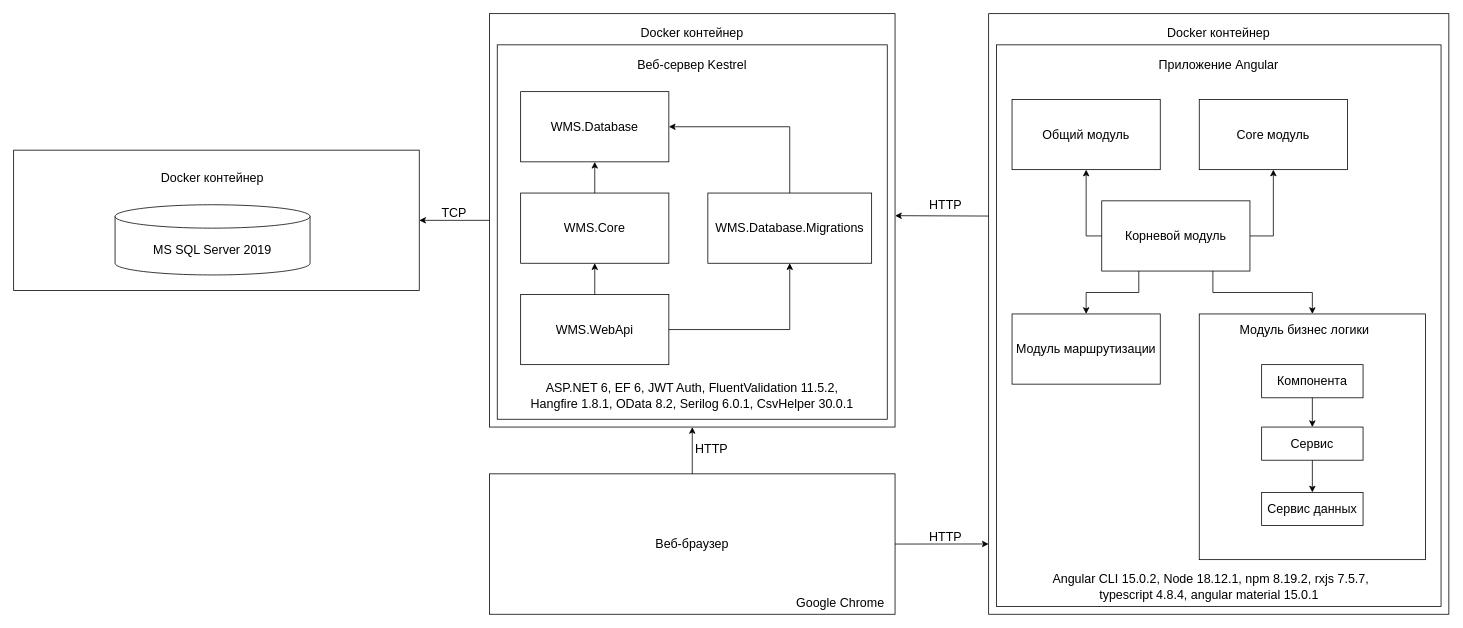
This is Documentation/Diagrams/app-architecture-diagram.drawio from v-demyanov/WMS, a draw.io file, before an edit. Source tidied: cells renumbered, new cells numbered last; positions are measured from the earlier drawing's top-left corner, leaving out a move shared by most shapes. Both pictures are drawn from the tidied source at 78%, with x=0, y=0 at pixel (13, 13).
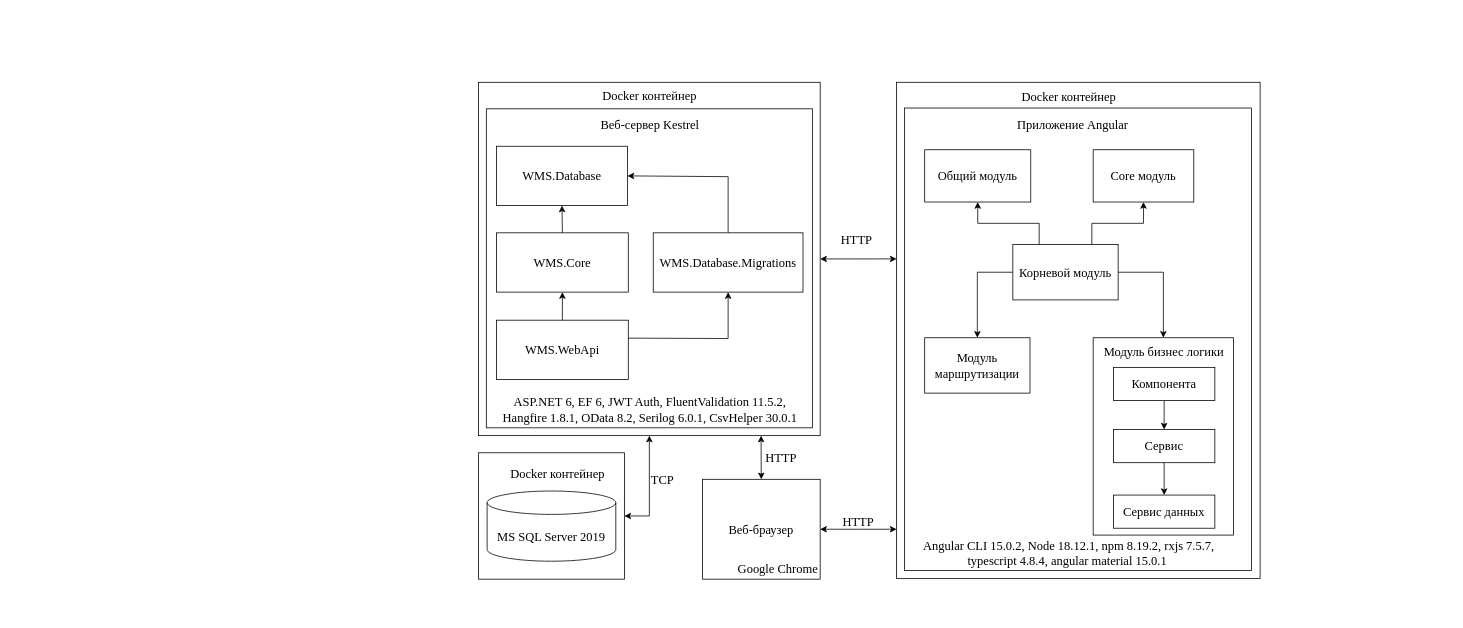
After the change.

The edit, as a diff of the source:
```diff
@@
     <mxCell id="2" style="rounded=0;whiteSpace=wrap;html=1;" parent="1" vertex="1">
-      <mxGeometry y="175" width="520" height="180" as="geometry" />
+      <mxGeometry x="596" y="563" width="187" height="162" as="geometry" />
     </mxCell>
     <mxCell id="3" style="rounded=0;whiteSpace=wrap;html=1;" parent="1" vertex="1">
-      <mxGeometry x="610" width="520" height="530" as="geometry" />
+      <mxGeometry x="596" y="88" width="438" height="453" as="geometry" />
     </mxCell>
     <mxCell id="4" style="rounded=0;whiteSpace=wrap;html=1;" parent="1" vertex="1">
-      <mxGeometry x="620" y="40" width="500" height="480" as="geometry" />
+      <mxGeometry x="606" y="122" width="418" height="409" as="geometry" />
     </mxCell>
-    <mxCell id="5" value="&lt;font style=&quot;font-size: 16px;&quot;&gt;WMS.Database&lt;/font&gt;" style="rounded=0;whiteSpace=wrap;html=1;" parent="1" vertex="1">
-      <mxGeometry x="650" y="100" width="190" height="90" as="geometry" />
-    </mxCell>
-    <mxCell id="6" value="&lt;font style=&quot;font-size: 16px;&quot;&gt;WMS.Core&lt;/font&gt;" style="rounded=0;whiteSpace=wrap;html=1;" parent="1" vertex="1">
-      <mxGeometry x="650" y="230" width="190" height="90" as="geometry" />
-    </mxCell>
-    <mxCell id="7" value="&lt;font style=&quot;font-size: 16px;&quot;&gt;WMS.WebApi&lt;/font&gt;" style="rounded=0;whiteSpace=wrap;html=1;" parent="1" vertex="1">
-      <mxGeometry x="650" y="360" width="190" height="90" as="geometry" />
-    </mxCell>
-    <mxCell id="8" value="&lt;font style=&quot;font-size: 16px;&quot;&gt;MS SQL Server 2019&lt;/font&gt;" style="shape=cylinder3;whiteSpace=wrap;html=1;boundedLbl=1;backgroundOutline=1;size=15;" parent="1" vertex="1">
-      <mxGeometry x="130" y="245" width="250" height="90" as="geometry" />
+    <mxCell id="8" value="&lt;font face=&quot;Times New Roman&quot; style=&quot;font-size: 16px;&quot;&gt;MS SQL Server 2019&lt;/font&gt;" style="shape=cylinder3;whiteSpace=wrap;html=1;boundedLbl=1;backgroundOutline=1;size=15;" parent="1" vertex="1">
+      <mxGeometry x="607" y="612" width="165" height="90" as="geometry" />
     </mxCell>
-    <mxCell id="9" value="&lt;font style=&quot;font-size: 16px;&quot;&gt;WMS.Database.Migrations&lt;/font&gt;" style="rounded=0;whiteSpace=wrap;html=1;" parent="1" vertex="1">
-      <mxGeometry x="890" y="230" width="210" height="90" as="geometry" />
-    </mxCell>
-    <mxCell id="10" style="endArrow=classic;html=1;rounded=0;entryX=0.5;entryY=1;entryDx=0;entryDy=0;exitX=0.5;exitY=0;exitDx=0;exitDy=0;" parent="1" edge="1" source="6" target="5">
-      <mxGeometry relative="1" as="geometry" />
-    </mxCell>
@@
-    <mxCell id="12" style="endArrow=classic;html=1;rounded=0;entryX=0.5;entryY=1;entryDx=0;entryDy=0;exitX=1;exitY=0.5;exitDx=0;exitDy=0;edgeStyle=orthogonalEdgeStyle;" parent="1" edge="1" source="7" target="9">
-      <mxGeometry relative="1" as="geometry" />
+    <mxCell id="12" style="endArrow=classic;html=1;rounded=0;exitX=1;exitY=0.5;exitDx=0;exitDy=0;edgeStyle=orthogonalEdgeStyle;entryX=0.5;entryY=1;entryDx=0;entryDy=0;" parent="1" edge="1" target="9">
+      <mxGeometry relative="1" as="geometry">
+        <mxPoint x="786" y="416" as="sourcePoint" />
+      </mxGeometry>
     </mxCell>
     <mxCell id="13" style="endArrow=classic;html=1;rounded=0;entryX=1;entryY=0.5;entryDx=0;entryDy=0;exitX=0.5;exitY=0;exitDx=0;exitDy=0;edgeStyle=orthogonalEdgeStyle;" parent="1" edge="1" source="9" target="5">
-      <mxGeometry relative="1" as="geometry" />
+      <mxGeometry relative="1" as="geometry">
+        <Array as="points">
+          <mxPoint x="916" y="209" />
+          <mxPoint x="787" y="209" />
+        </Array>
+      </mxGeometry>
     </mxCell>
-    <mxCell id="14" value="&lt;font style=&quot;font-size: 16px;&quot;&gt;Веб-сервер Kestrel&lt;/font&gt;" style="text;html=1;strokeColor=none;fillColor=none;align=center;verticalAlign=middle;whiteSpace=wrap;rounded=0;" parent="1" vertex="1">
-      <mxGeometry x="775" y="50" width="190" height="30" as="geometry" />
+    <mxCell id="14" value="&lt;font style=&quot;font-size: 16px;&quot;&gt;Веб-сервер Kestrel&lt;/font&gt;" style="text;html=1;strokeColor=none;fillColor=none;align=center;verticalAlign=middle;whiteSpace=wrap;rounded=0;fontFamily=Times New Roman;fontSize=16;" parent="1" vertex="1">
+      <mxGeometry x="721" y="128" width="190" height="30" as="geometry" />
     </mxCell>
-    <mxCell id="15" value="&lt;span style=&quot;font-size: 16px;&quot;&gt;ASP.NET 6, EF 6, JWT Auth, FluentValidation 11.5.2, &lt;br&gt;Hangfire 1.8.1, OData 8.2, Serilog 6.0.1, CsvHelper 30.0.1&lt;/span&gt;" style="text;html=1;strokeColor=none;fillColor=none;align=center;verticalAlign=middle;whiteSpace=wrap;rounded=0;" parent="1" vertex="1">
-      <mxGeometry x="625" y="475" width="490" height="30" as="geometry" />
+    <mxCell id="15" value="&lt;span style=&quot;font-size: 16px;&quot;&gt;&lt;font style=&quot;font-size: 16px;&quot;&gt;ASP.NET 6, EF 6, JWT Auth, FluentValidation 11.5.2, &lt;br style=&quot;font-size: 16px;&quot;&gt;Hangfire 1.8.1, OData 8.2, Serilog 6.0.1, CsvHelper 30.0.1&lt;/font&gt;&lt;/span&gt;" style="text;html=1;strokeColor=none;fillColor=none;align=center;verticalAlign=middle;whiteSpace=wrap;rounded=0;fontFamily=Times New Roman;fontSize=16;" parent="1" vertex="1">
+      <mxGeometry x="616" y="493" width="400" height="30" as="geometry" />
     </mxCell>
-    <mxCell id="16" value="&lt;font style=&quot;font-size: 16px;&quot;&gt;Docker контейнер&lt;/font&gt;" style="text;html=1;strokeColor=none;fillColor=none;align=center;verticalAlign=middle;whiteSpace=wrap;rounded=0;" parent="1" vertex="1">
-      <mxGeometry x="775" y="10" width="190" height="30" as="geometry" />
+    <mxCell id="16" value="&lt;font style=&quot;font-size: 16px;&quot;&gt;Docker контейнер&lt;/font&gt;" style="text;html=1;strokeColor=none;fillColor=none;align=center;verticalAlign=middle;whiteSpace=wrap;rounded=0;fontFamily=Times New Roman;fontSize=16;" parent="1" vertex="1">
+      <mxGeometry x="748.5" y="91" width="133" height="28" as="geometry" />
     </mxCell>
-    <mxCell id="17" value="&lt;font style=&quot;font-size: 16px;&quot;&gt;Docker контейнер&lt;/font&gt;" style="text;html=1;strokeColor=none;fillColor=none;align=center;verticalAlign=middle;whiteSpace=wrap;rounded=0;" parent="1" vertex="1">
-      <mxGeometry x="160" y="195" width="190" height="30" as="geometry" />
+    <mxCell id="17" value="&lt;font style=&quot;font-size: 16px;&quot;&gt;Docker контейнер&lt;/font&gt;" style="text;html=1;strokeColor=none;fillColor=none;align=center;verticalAlign=middle;whiteSpace=wrap;rounded=0;fontFamily=Times New Roman;fontSize=16;" parent="1" vertex="1">
+      <mxGeometry x="628" y="575" width="138.5" height="30" as="geometry" />
     </mxCell>
-    <mxCell id="18" style="endArrow=classic;html=1;rounded=0;entryX=1;entryY=0.5;entryDx=0;entryDy=0;exitX=0;exitY=0.5;exitDx=0;exitDy=0;" parent="1" edge="1" source="3" target="2">
-      <mxGeometry relative="1" as="geometry" />
-    </mxCell>
-    <mxCell id="19" value="&lt;font style=&quot;font-size: 16px;&quot;&gt;TCP&lt;/font&gt;" style="text;html=1;strokeColor=none;fillColor=none;align=center;verticalAlign=middle;whiteSpace=wrap;rounded=0;" parent="1" vertex="1">
-      <mxGeometry x="530" y="240" width="70" height="30" as="geometry" />
+    <mxCell id="19" value="&lt;font style=&quot;font-size: 16px;&quot;&gt;TCP&lt;/font&gt;" style="text;html=1;strokeColor=none;fillColor=none;align=center;verticalAlign=middle;whiteSpace=wrap;rounded=0;fontFamily=Times New Roman;fontSize=16;" parent="1" vertex="1">
+      <mxGeometry x="810" y="582" width="44" height="30" as="geometry" />
     </mxCell>
     <mxCell id="20" style="rounded=0;whiteSpace=wrap;html=1;" parent="1" vertex="1">
-      <mxGeometry x="1250" width="590" height="770" as="geometry" />
+      <mxGeometry x="1132" y="88" width="466" height="636" as="geometry" />
     </mxCell>
-    <mxCell id="21" value="&lt;font style=&quot;font-size: 16px;&quot;&gt;Docker контейнер&lt;/font&gt;" style="text;html=1;strokeColor=none;fillColor=none;align=center;verticalAlign=middle;whiteSpace=wrap;rounded=0;" parent="1" vertex="1">
-      <mxGeometry x="1450" y="10" width="190" height="30" as="geometry" />
+    <mxCell id="21" value="&lt;font style=&quot;font-size: 16px;&quot;&gt;Docker контейнер&lt;/font&gt;" style="text;html=1;strokeColor=none;fillColor=none;align=center;verticalAlign=middle;whiteSpace=wrap;rounded=0;fontSize=16;fontFamily=Times New Roman;" parent="1" vertex="1">
+      <mxGeometry x="1258" y="91" width="190" height="30" as="geometry" />
     </mxCell>
     <mxCell id="22" style="rounded=0;whiteSpace=wrap;html=1;" parent="1" vertex="1">
-      <mxGeometry x="1260" y="40" width="570" height="720" as="geometry" />
+      <mxGeometry x="1142" y="121" width="445" height="593" as="geometry" />
     </mxCell>
-    <mxCell id="23" value="&lt;font style=&quot;font-size: 16px;&quot;&gt;Приложение Angular&lt;/font&gt;" style="text;html=1;strokeColor=none;fillColor=none;align=center;verticalAlign=middle;whiteSpace=wrap;rounded=0;" parent="1" vertex="1">
-      <mxGeometry x="1450" y="50" width="190" height="30" as="geometry" />
+    <mxCell id="23" value="&lt;font style=&quot;font-size: 16px;&quot;&gt;Приложение Angular&lt;/font&gt;" style="text;html=1;strokeColor=none;fillColor=none;align=center;verticalAlign=middle;whiteSpace=wrap;rounded=0;fontFamily=Times New Roman;fontSize=16;" parent="1" vertex="1">
+      <mxGeometry x="1263" y="127" width="190" height="30" as="geometry" />
     </mxCell>
-    <mxCell id="24" value="&lt;font style=&quot;font-size: 16px;&quot;&gt;Корневой модуль&lt;/font&gt;" style="rounded=0;whiteSpace=wrap;html=1;" parent="1" vertex="1">
-      <mxGeometry x="1395" y="240" width="190" height="90" as="geometry" />
-    </mxCell>
-    <mxCell id="25" value="&lt;span style=&quot;font-size: 16px;&quot;&gt;Core модуль&lt;/span&gt;" style="rounded=0;whiteSpace=wrap;html=1;" parent="1" vertex="1">
-      <mxGeometry x="1520" y="110" width="190" height="90" as="geometry" />
-    </mxCell>
-    <mxCell id="26" value="&lt;font style=&quot;font-size: 16px;&quot;&gt;Общий модуль&lt;/font&gt;" style="rounded=0;whiteSpace=wrap;html=1;" parent="1" vertex="1">
-      <mxGeometry x="1280" y="110" width="190" height="90" as="geometry" />
-    </mxCell>
-    <mxCell id="27" value="&lt;font style=&quot;font-size: 16px;&quot;&gt;Модуль маршрутизации&lt;/font&gt;" style="rounded=0;whiteSpace=wrap;html=1;" parent="1" vertex="1">
-      <mxGeometry x="1280" y="385" width="190" height="90" as="geometry" />
-    </mxCell>
     <mxCell id="28" style="rounded=0;whiteSpace=wrap;html=1;" parent="1" vertex="1">
-      <mxGeometry x="1520" y="385" width="290" height="315" as="geometry" />
+      <mxGeometry x="1384" y="415.5" width="180" height="253" as="geometry" />
     </mxCell>
-    <mxCell id="29" style="endArrow=classic;html=1;rounded=0;entryX=0.5;entryY=1;entryDx=0;entryDy=0;exitX=0;exitY=0.5;exitDx=0;exitDy=0;edgeStyle=orthogonalEdgeStyle;" parent="1" edge="1" source="24" target="26">
+    <mxCell id="29" style="endArrow=classic;html=1;rounded=0;entryX=0.5;entryY=1;entryDx=0;entryDy=0;exitX=0.25;exitY=0;exitDx=0;exitDy=0;edgeStyle=orthogonalEdgeStyle;" parent="1" edge="1" source="24" target="26">
       <mxGeometry relative="1" as="geometry" />
     </mxCell>
-    <mxCell id="30" style="endArrow=classic;html=1;rounded=0;entryX=0.5;entryY=1;entryDx=0;entryDy=0;exitX=1;exitY=0.5;exitDx=0;exitDy=0;edgeStyle=orthogonalEdgeStyle;" parent="1" edge="1" source="24" target="25">
+    <mxCell id="30" style="endArrow=classic;html=1;rounded=0;entryX=0.5;entryY=1;entryDx=0;entryDy=0;exitX=0.75;exitY=0;exitDx=0;exitDy=0;edgeStyle=orthogonalEdgeStyle;" parent="1" edge="1" source="24" target="25">
       <mxGeometry relative="1" as="geometry" />
     </mxCell>
-    <mxCell id="31" style="endArrow=classic;html=1;rounded=0;entryX=0.5;entryY=0;entryDx=0;entryDy=0;exitX=0.75;exitY=1;exitDx=0;exitDy=0;edgeStyle=orthogonalEdgeStyle;" parent="1" edge="1" source="24" target="28">
+    <mxCell id="31" style="endArrow=classic;html=1;rounded=0;entryX=0.5;entryY=0;entryDx=0;entryDy=0;edgeStyle=orthogonalEdgeStyle;exitX=1;exitY=0.5;exitDx=0;exitDy=0;" parent="1" edge="1" source="24" target="28">
       <mxGeometry relative="1" as="geometry" />
     </mxCell>
-    <mxCell id="32" style="endArrow=classic;html=1;rounded=0;entryX=0.5;entryY=0;entryDx=0;entryDy=0;exitX=0.25;exitY=1;exitDx=0;exitDy=0;edgeStyle=orthogonalEdgeStyle;" parent="1" edge="1" source="24" target="27">
+    <mxCell id="32" style="endArrow=classic;html=1;rounded=0;entryX=0.5;entryY=0;entryDx=0;entryDy=0;exitX=0;exitY=0.5;exitDx=0;exitDy=0;edgeStyle=orthogonalEdgeStyle;" parent="1" edge="1" source="24" target="27">
       <mxGeometry relative="1" as="geometry" />
     </mxCell>
-    <mxCell id="33" value="&lt;font style=&quot;font-size: 16px;&quot;&gt;Компонента&lt;/font&gt;" style="rounded=0;whiteSpace=wrap;html=1;" parent="1" vertex="1">
-      <mxGeometry x="1600" y="450" width="130" height="42.5" as="geometry" />
-    </mxCell>
-    <mxCell id="34" value="&lt;font style=&quot;font-size: 16px;&quot;&gt;Сервис&lt;/font&gt;" style="rounded=0;whiteSpace=wrap;html=1;" parent="1" vertex="1">
-      <mxGeometry x="1600" y="530" width="130" height="42.5" as="geometry" />
+    <mxCell id="34" value="&lt;font style=&quot;font-size: 16px;&quot;&gt;Сервис&lt;/font&gt;" style="rounded=0;whiteSpace=wrap;html=1;fontFamily=Times New Roman;fontSize=16;" parent="1" vertex="1">
+      <mxGeometry x="1410" y="533.2" width="130" height="42.5" as="geometry" />
     </mxCell>
-    <mxCell id="35" value="&lt;font style=&quot;font-size: 16px;&quot;&gt;Модуль бизнес логики&lt;/font&gt;" style="text;html=1;strokeColor=none;fillColor=none;align=center;verticalAlign=middle;whiteSpace=wrap;rounded=0;" parent="1" vertex="1">
-      <mxGeometry x="1560" y="390" width="190" height="30" as="geometry" />
-    </mxCell>
-    <mxCell id="36" value="&lt;font style=&quot;font-size: 16px;&quot;&gt;Сервис данных&lt;/font&gt;" style="rounded=0;whiteSpace=wrap;html=1;" parent="1" vertex="1">
-      <mxGeometry x="1600" y="613.8" width="130" height="42.5" as="geometry" />
-    </mxCell>
@@
-    <mxCell id="39" value="&lt;span style=&quot;font-size: 16px;&quot;&gt;Angular CLI 15.0.2, Node 18.12.1, npm 8.19.2, rxjs 7.5.7, &lt;br&gt;typescript 4.8.4, angular material 15.0.1&amp;nbsp;&lt;/span&gt;" style="text;html=1;strokeColor=none;fillColor=none;align=center;verticalAlign=middle;whiteSpace=wrap;rounded=0;" parent="1" vertex="1">
-      <mxGeometry x="1290" y="720" width="490" height="30" as="geometry" />
+    <mxCell id="39" value="&lt;span style=&quot;font-size: 16px;&quot;&gt;&lt;font style=&quot;font-size: 16px;&quot;&gt;Angular CLI 15.0.2, Node 18.12.1, npm 8.19.2, rxjs 7.5.7, &lt;br style=&quot;font-size: 16px;&quot;&gt;typescript 4.8.4, angular material 15.0.1&amp;nbsp;&lt;/font&gt;&lt;/span&gt;" style="text;html=1;strokeColor=none;fillColor=none;align=center;verticalAlign=middle;whiteSpace=wrap;rounded=0;fontFamily=Times New Roman;fontSize=16;" parent="1" vertex="1">
+      <mxGeometry x="1155" y="677" width="396" height="30" as="geometry" />
     </mxCell>
-    <mxCell id="40" value="&lt;font style=&quot;font-size: 16px;&quot;&gt;Веб-браузер&lt;/font&gt;" style="rounded=0;whiteSpace=wrap;html=1;" parent="1" vertex="1">
-      <mxGeometry x="610" y="590" width="520" height="180" as="geometry" />
-    </mxCell>
-    <mxCell id="41" style="endArrow=classic;html=1;rounded=0;entryX=0;entryY=0.883;entryDx=0;entryDy=0;entryPerimeter=0;exitX=1;exitY=0.5;exitDx=0;exitDy=0;" parent="1" edge="1" source="40" target="20">
-      <mxGeometry relative="1" as="geometry" />
-    </mxCell>
-    <mxCell id="42" style="endArrow=classic;html=1;rounded=0;entryX=0.5;entryY=1;entryDx=0;entryDy=0;exitX=0.5;exitY=0;exitDx=0;exitDy=0;" parent="1" edge="1" source="40" target="3">
-      <mxGeometry relative="1" as="geometry" />
-    </mxCell>
-    <mxCell id="43" value="&lt;span style=&quot;font-size: 16px;&quot;&gt;HTTP&lt;/span&gt;" style="text;html=1;strokeColor=none;fillColor=none;align=center;verticalAlign=middle;whiteSpace=wrap;rounded=0;" parent="1" vertex="1">
-      <mxGeometry x="860" y="542.5" width="70" height="30" as="geometry" />
+    <mxCell id="43" value="&lt;span style=&quot;font-size: 16px;&quot;&gt;&lt;font style=&quot;font-size: 16px;&quot;&gt;HTTP&lt;/font&gt;&lt;/span&gt;" style="text;html=1;strokeColor=none;fillColor=none;align=center;verticalAlign=middle;whiteSpace=wrap;rounded=0;fontSize=16;fontFamily=Times New Roman;" parent="1" vertex="1">
+      <mxGeometry x="959" y="558" width="50" height="21" as="geometry" />
     </mxCell>
-    <mxCell id="44" value="&lt;span style=&quot;font-size: 16px;&quot;&gt;HTTP&lt;/span&gt;" style="text;html=1;strokeColor=none;fillColor=none;align=center;verticalAlign=middle;whiteSpace=wrap;rounded=0;" parent="1" vertex="1">
-      <mxGeometry x="1160" y="656.2" width="70" height="30" as="geometry" />
+    <mxCell id="44" value="&lt;span style=&quot;font-size: 16px;&quot;&gt;&lt;font style=&quot;font-size: 16px;&quot;&gt;HTTP&lt;/font&gt;&lt;/span&gt;" style="text;html=1;strokeColor=none;fillColor=none;align=center;verticalAlign=middle;whiteSpace=wrap;rounded=0;fontFamily=Times New Roman;fontSize=16;" parent="1" vertex="1">
+      <mxGeometry x="1058" y="642" width="50" height="20" as="geometry" />
     </mxCell>
-    <mxCell id="45" style="endArrow=classic;html=1;rounded=0;exitX=0;exitY=0.337;exitDx=0;exitDy=0;exitPerimeter=0;" parent="1" edge="1" source="20">
-      <mxGeometry relative="1" as="geometry">
-        <mxPoint x="1130" y="259" as="targetPoint" />
-      </mxGeometry>
-    </mxCell>
-    <mxCell id="46" value="&lt;span style=&quot;font-size: 16px;&quot;&gt;HTTP&lt;/span&gt;" style="text;html=1;strokeColor=none;fillColor=none;align=center;verticalAlign=middle;whiteSpace=wrap;rounded=0;" parent="1" vertex="1">
-      <mxGeometry x="1160" y="230" width="70" height="30" as="geometry" />
+    <mxCell id="46" value="&lt;span style=&quot;font-size: 16px;&quot;&gt;&lt;font style=&quot;font-size: 16px;&quot;&gt;HTTP&lt;/font&gt;&lt;/span&gt;" style="text;html=1;strokeColor=none;fillColor=none;align=center;verticalAlign=middle;whiteSpace=wrap;rounded=0;fontSize=16;fontFamily=Times New Roman;" parent="1" vertex="1">
+      <mxGeometry x="1046" y="275" width="70" height="30" as="geometry" />
     </mxCell>
+    <mxCell id="48" style="endArrow=classic;startArrow=classic;html=1;rounded=0;exitX=1;exitY=0.5;exitDx=0;exitDy=0;entryX=0;entryY=0.356;entryDx=0;entryDy=0;entryPerimeter=0;" parent="1" edge="1" source="3" target="20">
+      <mxGeometry relative="1" as="geometry" />
+    </mxCell>
+    <mxCell id="41" style="endArrow=classic;startArrow=classic;html=1;rounded=0;exitX=1;exitY=0.5;exitDx=0;exitDy=0;entryX=0;entryY=0.901;entryDx=0;entryDy=0;entryPerimeter=0;" parent="1" edge="1" source="40" target="20">
+      <mxGeometry relative="1" as="geometry" />
+    </mxCell>
+    <mxCell id="49" style="endArrow=classic;startArrow=classic;html=1;rounded=0;exitX=0.827;exitY=1;exitDx=0;exitDy=0;entryX=0.5;entryY=0;entryDx=0;entryDy=0;exitPerimeter=0;" parent="1" edge="1" source="3" target="40">
+      <mxGeometry relative="1" as="geometry" />
+    </mxCell>
+    <mxCell id="50" style="endArrow=classic;startArrow=classic;html=1;rounded=0;exitX=1;exitY=0.5;exitDx=0;exitDy=0;entryX=0.5;entryY=1;entryDx=0;entryDy=0;edgeStyle=orthogonalEdgeStyle;" parent="1" edge="1" source="2" target="3">
+      <mxGeometry relative="1" as="geometry" />
+    </mxCell>
+    <mxCell id="5" value="&lt;font style=&quot;font-size: 16px;&quot;&gt;WMS.Database&lt;/font&gt;" style="rounded=0;whiteSpace=wrap;html=1;fontFamily=Times New Roman;fontSize=16;" parent="1" vertex="1">
+      <mxGeometry x="619" y="170" width="168" height="76" as="geometry" />
+    </mxCell>
+    <mxCell id="9" value="&lt;font style=&quot;font-size: 16px;&quot;&gt;WMS.Database.Migrations&lt;/font&gt;" style="rounded=0;whiteSpace=wrap;html=1;fontFamily=Times New Roman;fontSize=16;" parent="1" vertex="1">
+      <mxGeometry x="820" y="281" width="192" height="76" as="geometry" />
+    </mxCell>
+    <mxCell id="6" value="&lt;font style=&quot;font-size: 16px;&quot;&gt;WMS.Core&lt;/font&gt;" style="rounded=0;whiteSpace=wrap;html=1;fontFamily=Times New Roman;fontSize=16;" parent="1" vertex="1">
+      <mxGeometry x="619" y="281" width="169" height="76" as="geometry" />
+    </mxCell>
+    <mxCell id="7" value="&lt;font style=&quot;font-size: 16px;&quot;&gt;WMS.WebApi&lt;/font&gt;" style="rounded=0;whiteSpace=wrap;html=1;fontFamily=Times New Roman;fontSize=16;" parent="1" vertex="1">
+      <mxGeometry x="619" y="393" width="169" height="76" as="geometry" />
+    </mxCell>
+    <mxCell id="26" value="&lt;font style=&quot;font-size: 16px;&quot;&gt;Общий модуль&lt;/font&gt;" style="rounded=0;whiteSpace=wrap;html=1;fontSize=16;fontFamily=Times New Roman;" parent="1" vertex="1">
+      <mxGeometry x="1168" y="174.5" width="136" height="67" as="geometry" />
+    </mxCell>
+    <mxCell id="25" value="&lt;span style=&quot;font-size: 16px;&quot;&gt;Core модуль&lt;/span&gt;" style="rounded=0;whiteSpace=wrap;html=1;fontSize=16;fontFamily=Times New Roman;" parent="1" vertex="1">
+      <mxGeometry x="1384" y="174.5" width="129" height="67" as="geometry" />
+    </mxCell>
+    <mxCell id="24" value="&lt;font style=&quot;font-size: 16px;&quot;&gt;Корневой модуль&lt;/font&gt;" style="rounded=0;whiteSpace=wrap;html=1;fontFamily=Times New Roman;fontSize=16;" parent="1" vertex="1">
+      <mxGeometry x="1281" y="296" width="135" height="71" as="geometry" />
+    </mxCell>
+    <mxCell id="27" value="&lt;font style=&quot;font-size: 16px;&quot;&gt;Модуль маршрутизации&lt;/font&gt;" style="rounded=0;whiteSpace=wrap;html=1;fontFamily=Times New Roman;fontSize=16;" parent="1" vertex="1">
+      <mxGeometry x="1168" y="415.5" width="135" height="71" as="geometry" />
+    </mxCell>
+    <mxCell id="40" value="&lt;font style=&quot;font-size: 16px;&quot;&gt;Веб-браузер&lt;/font&gt;" style="rounded=0;whiteSpace=wrap;html=1;fontFamily=Times New Roman;fontSize=16;" parent="1" vertex="1">
+      <mxGeometry x="883" y="597" width="151" height="128" as="geometry" />
+    </mxCell>
-    <mxCell id="47" value="&lt;span style=&quot;font-size: 16px;&quot;&gt;Google Chrome&lt;/span&gt;" style="text;html=1;strokeColor=none;fillColor=none;align=center;verticalAlign=middle;whiteSpace=wrap;rounded=0;" parent="1" vertex="1">
-      <mxGeometry x="990" y="740" width="140" height="30" as="geometry" />
+    <mxCell id="47" value="&lt;span style=&quot;font-size: 16px;&quot;&gt;&lt;font face=&quot;Times New Roman&quot;&gt;Google Chrome&lt;/font&gt;&lt;/span&gt;" style="text;html=1;strokeColor=none;fillColor=none;align=center;verticalAlign=middle;whiteSpace=wrap;rounded=0;" parent="1" vertex="1">
+      <mxGeometry x="926" y="697" width="108" height="27" as="geometry" />
     </mxCell>
+    <mxCell id="36" value="&lt;font style=&quot;font-size: 16px;&quot;&gt;Сервис данных&lt;/font&gt;" style="rounded=0;whiteSpace=wrap;html=1;fontFamily=Times New Roman;fontSize=16;" parent="1" vertex="1">
+      <mxGeometry x="1410" y="617.2" width="130" height="42.5" as="geometry" />
+    </mxCell>
+    <mxCell id="10" style="endArrow=classic;html=1;rounded=0;entryX=0.5;entryY=1;entryDx=0;entryDy=0;exitX=0.5;exitY=0;exitDx=0;exitDy=0;" parent="1" edge="1" source="6" target="5">
+      <mxGeometry relative="1" as="geometry" />
+    </mxCell>
+    <mxCell id="35" value="&lt;font style=&quot;font-size: 16px;&quot;&gt;Модуль бизнес логики&lt;/font&gt;" style="text;html=1;strokeColor=none;fillColor=none;align=center;verticalAlign=middle;whiteSpace=wrap;rounded=0;fontFamily=Times New Roman;fontSize=16;" parent="1" vertex="1">
+      <mxGeometry x="1395" y="418.5" width="160" height="30" as="geometry" />
+    </mxCell>
+    <mxCell id="33" value="&lt;font style=&quot;font-size: 16px;&quot;&gt;Компонента&lt;/font&gt;" style="rounded=0;whiteSpace=wrap;html=1;fontFamily=Times New Roman;fontSize=16;" parent="1" vertex="1">
+      <mxGeometry x="1410" y="453.5" width="130" height="42.5" as="geometry" />
+    </mxCell>
```
